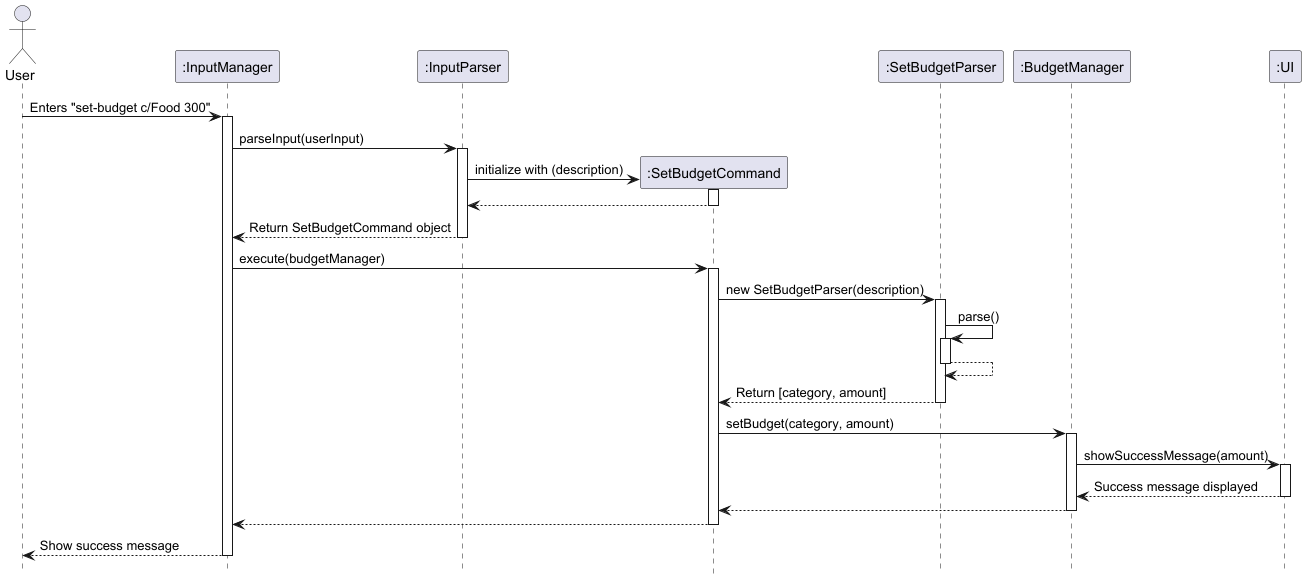
This is docs/diagrams/SetBudgetSequenceDiagram.png from AY2425S2-CS2113-T12-4/tp, a PlantUML export, as it was before one commit. Its source is kept beside it as docs/diagrams/SetBudgetSequenceDiagram.puml.
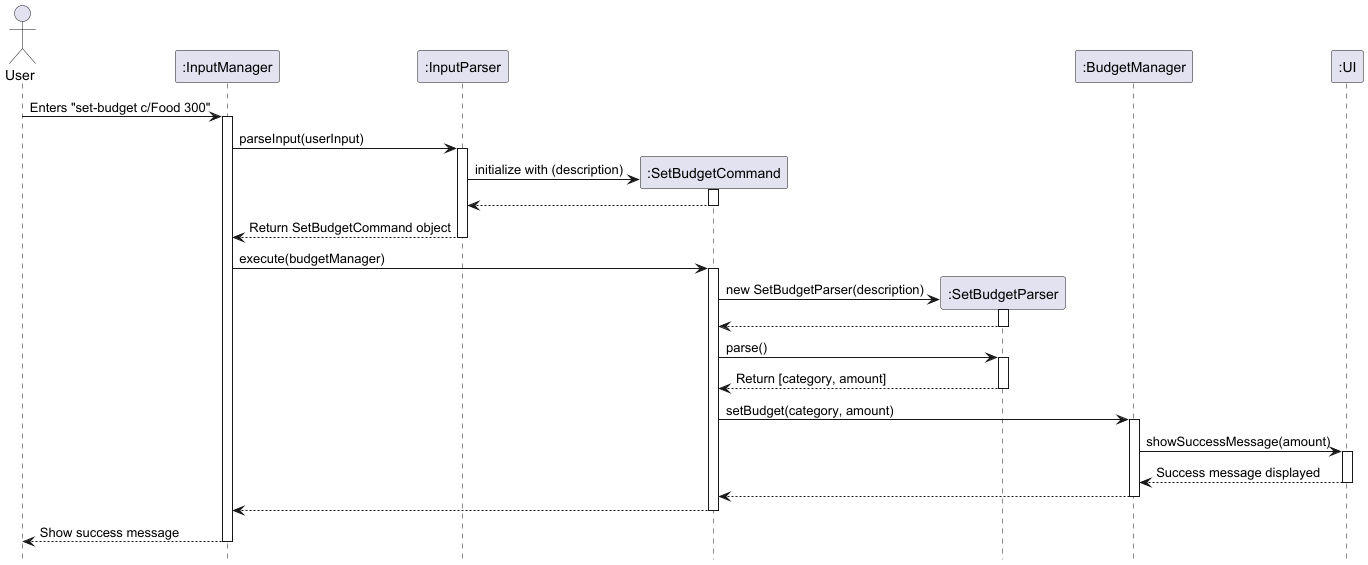
Above is the later version.

What changed in the source:
```diff
@@ -23,14 +23,17 @@
 IP --> IM: Return SetBudgetCommand object
 deactivate IP
 IM -> SBC: execute(budgetManager)
+
 activate SBC
+create SBP
 SBC -> SBP: new SetBudgetParser(description)
 activate SBP
-SBP -> SBP: parse()
+SBP --> SBC
+deactivate SBP
+SBC -> SBP: parse()
 activate SBP
-SBP --> SBP
+SBP --> SBC: Return [category, amount]
 deactivate SBP
-SBP --> SBC: Return [category, amount]
 deactivate SBP
 box SBC #LightBlue
 SBC -> BM: setBudget(category, amount)
```
